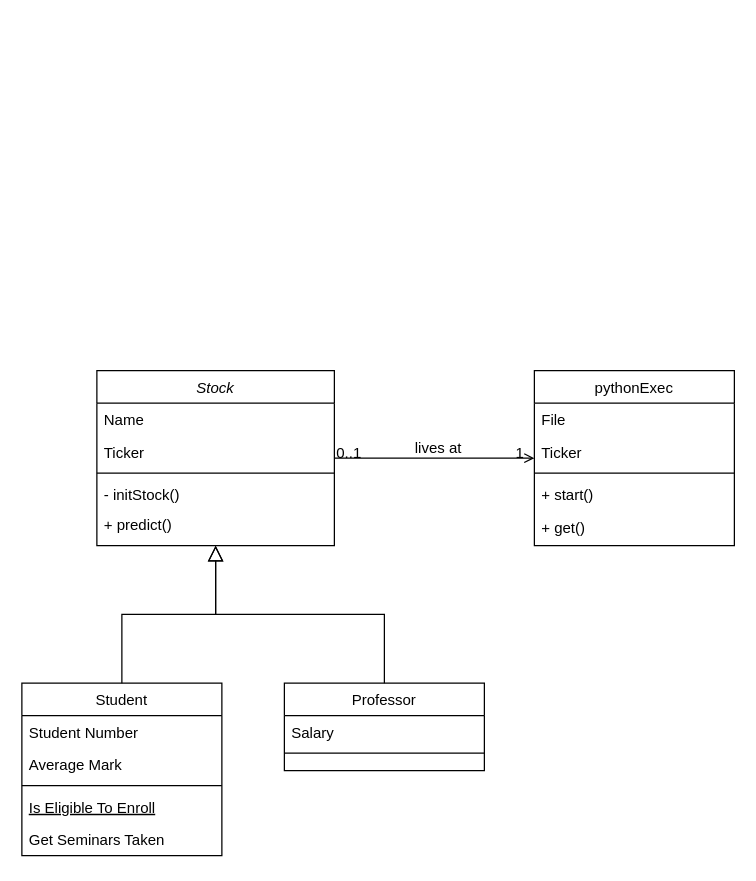
Earlier version of the draw.io diagram diagrams/PresentationUML.drawio (viewtifultiger/Comp380Project). Source tidied: cells renumbered, new cells numbered last; positions are measured from the earlier drawing's top-left corner, leaving out a move shared by most shapes. Both pictures are drawn from the tidied source at 125%, with x=0, y=0 at pixel (21, 370).
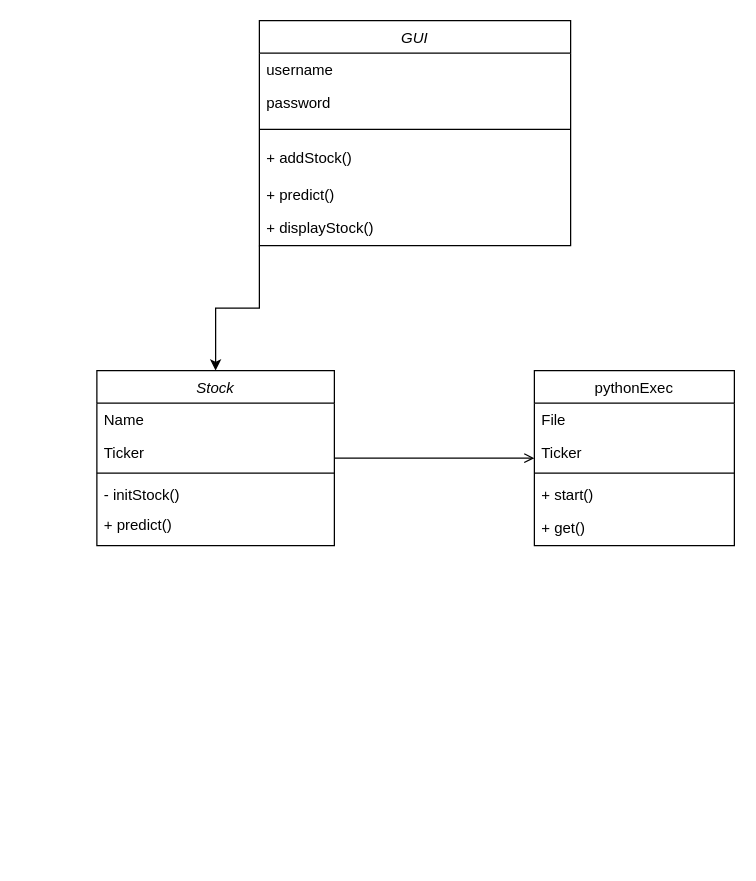
Above is the later version.

The change refers to these unchanged cells:
```xml
<mxCell id="2" value="Stock" style="swimlane;fontStyle=2;align=center;verticalAlign=top;horizontal=1;startSize=26;rounded=0;shadow=0;strokeWidth=1;" parent="1" vertex="1">
  <mxGeometry x="60" width="190" height="140" as="geometry" />
</mxCell>
<mxCell id="25" style="endArrow=open;shadow=0;strokeWidth=1;rounded=0;curved=0;endFill=1;edgeStyle=elbowEdgeStyle;elbow=vertical;" parent="1" edge="1" source="2" target="19">
  <mxGeometry x="0.5" y="41" relative="1" as="geometry">
    <mxPoint x="-40" y="32" as="offset" />
  </mxGeometry>
</mxCell>
```

Diff of the diagram source:
```diff
@@
-    <mxCell id="8" value="Student" style="swimlane;fontStyle=0;align=center;verticalAlign=top;horizontal=1;startSize=26;rounded=0;shadow=0;strokeWidth=1;" parent="1" vertex="1">
-      <mxGeometry y="250" width="160" height="138" as="geometry" />
-    </mxCell>
-    <mxCell id="9" value="Student Number" style="text;align=left;verticalAlign=top;spacingLeft=4;spacingRight=4;overflow=hidden;" parent="8" vertex="1">
-      <mxGeometry y="26" width="160" height="26" as="geometry" />
-    </mxCell>
-    <mxCell id="10" value="Average Mark" style="text;align=left;verticalAlign=top;spacingLeft=4;spacingRight=4;overflow=hidden;rounded=0;shadow=0;html=0;" parent="8" vertex="1">
-      <mxGeometry y="52" width="160" height="26" as="geometry" />
-    </mxCell>
-    <mxCell id="11" style="line;html=1;strokeWidth=1;align=left;verticalAlign=middle;spacingTop=-1;spacingLeft=3;spacingRight=3;labelPosition=right;" parent="8" vertex="1">
-      <mxGeometry y="78" width="160" height="8" as="geometry" />
-    </mxCell>
-    <mxCell id="12" value="Is Eligible To Enroll" style="text;align=left;verticalAlign=top;spacingLeft=4;spacingRight=4;overflow=hidden;fontStyle=4;" parent="8" vertex="1">
-      <mxGeometry y="86" width="160" height="26" as="geometry" />
-    </mxCell>
-    <mxCell id="13" value="Get Seminars Taken" style="text;align=left;verticalAlign=top;spacingLeft=4;spacingRight=4;overflow=hidden;" parent="8" vertex="1">
-      <mxGeometry y="112" width="160" height="26" as="geometry" />
-    </mxCell>
-    <mxCell id="14" style="endArrow=block;endSize=10;endFill=0;shadow=0;strokeWidth=1;rounded=0;curved=0;edgeStyle=elbowEdgeStyle;elbow=vertical;" parent="1" edge="1" source="8" target="2">
-      <mxGeometry relative="1" as="geometry" />
-    </mxCell>
-    <mxCell id="15" value="Professor" style="swimlane;fontStyle=0;align=center;verticalAlign=top;horizontal=1;startSize=26;rounded=0;shadow=0;strokeWidth=1;" parent="1" vertex="1">
-      <mxGeometry x="210" y="250" width="160" height="70" as="geometry" />
-    </mxCell>
-    <mxCell id="16" value="Salary" style="text;align=left;verticalAlign=top;spacingLeft=4;spacingRight=4;overflow=hidden;" parent="15" vertex="1">
-      <mxGeometry y="26" width="160" height="26" as="geometry" />
-    </mxCell>
-    <mxCell id="17" style="line;html=1;strokeWidth=1;align=left;verticalAlign=middle;spacingTop=-1;spacingLeft=3;spacingRight=3;labelPosition=right;" parent="15" vertex="1">
-      <mxGeometry y="52" width="160" height="8" as="geometry" />
-    </mxCell>
-    <mxCell id="18" style="endArrow=block;endSize=10;endFill=0;shadow=0;strokeWidth=1;rounded=0;curved=0;edgeStyle=elbowEdgeStyle;elbow=vertical;" parent="1" edge="1" source="15" target="2">
-      <mxGeometry relative="1" as="geometry" />
-    </mxCell>
@@
-    <mxCell id="26" value="0..1" style="align=left;verticalAlign=bottom;labelBackgroundColor=none;fontSize=12;" parent="25" vertex="1">
-      <mxGeometry x="-1" relative="1" as="geometry">
-        <mxPoint y="4" as="offset" />
-      </mxGeometry>
-    </mxCell>
-    <mxCell id="27" value="1" style="align=right;verticalAlign=bottom;labelBackgroundColor=none;fontSize=12;" parent="25" vertex="1">
-      <mxGeometry x="1" relative="1" as="geometry">
-        <mxPoint x="-7" y="4" as="offset" />
-      </mxGeometry>
-    </mxCell>
-    <mxCell id="28" value="lives at" style="text;html=1;align=center;verticalAlign=middle;labelBackgroundColor=none;rounded=0;shadow=0;strokeWidth=1;fontSize=12;" parent="25" vertex="1">
-      <mxGeometry x="0.5" y="49" relative="1" as="geometry">
-        <mxPoint x="-38" y="40" as="offset" />
-      </mxGeometry>
-    </mxCell>
+    <mxCell id="29" style="edgeStyle=orthogonalEdgeStyle;rounded=0;jettySize=auto;html=1;exitX=0;exitY=1;exitDx=0;exitDy=0;entryX=0.5;entryY=0;entryDx=0;entryDy=0;" parent="1" edge="1" source="30" target="2">
+      <mxGeometry relative="1" as="geometry" />
+    </mxCell>
+    <mxCell id="30" value="GUI" style="swimlane;fontStyle=2;align=center;verticalAlign=top;horizontal=1;startSize=26;rounded=0;shadow=0;strokeWidth=1;" parent="1" vertex="1">
+      <mxGeometry x="190" y="-280" width="249" height="180" as="geometry" />
+    </mxCell>
+    <mxCell id="31" value="username" style="text;align=left;verticalAlign=top;spacingLeft=4;spacingRight=4;overflow=hidden;" parent="30" vertex="1">
+      <mxGeometry y="26" width="249" height="26" as="geometry" />
+    </mxCell>
+    <mxCell id="32" value="password" style="text;align=left;verticalAlign=top;spacingLeft=4;spacingRight=4;overflow=hidden;rounded=0;shadow=0;html=0;" parent="30" vertex="1">
+      <mxGeometry y="52" width="249" height="26" as="geometry" />
+    </mxCell>
+    <mxCell id="33" style="line;html=1;strokeWidth=1;align=left;verticalAlign=middle;spacingTop=-1;spacingLeft=3;spacingRight=3;labelPosition=right;" parent="30" vertex="1">
+      <mxGeometry y="78" width="249" height="18" as="geometry" />
+    </mxCell>
+    <mxCell id="34" value="+ addStock()" style="text;align=left;verticalAlign=top;spacingLeft=4;spacingRight=4;overflow=hidden;" parent="30" vertex="1">
+      <mxGeometry y="96" width="249" height="30" as="geometry" />
+    </mxCell>
+    <mxCell id="35" value="+ predict()" style="text;align=left;verticalAlign=top;spacingLeft=4;spacingRight=4;overflow=hidden;" parent="30" vertex="1">
+      <mxGeometry y="126" width="249" height="26" as="geometry" />
+    </mxCell>
+    <mxCell id="36" value="+ displayStock()" style="text;align=left;verticalAlign=top;spacingLeft=4;spacingRight=4;overflow=hidden;" parent="30" vertex="1">
+      <mxGeometry y="152" width="249" height="26" as="geometry" />
+    </mxCell>
```
